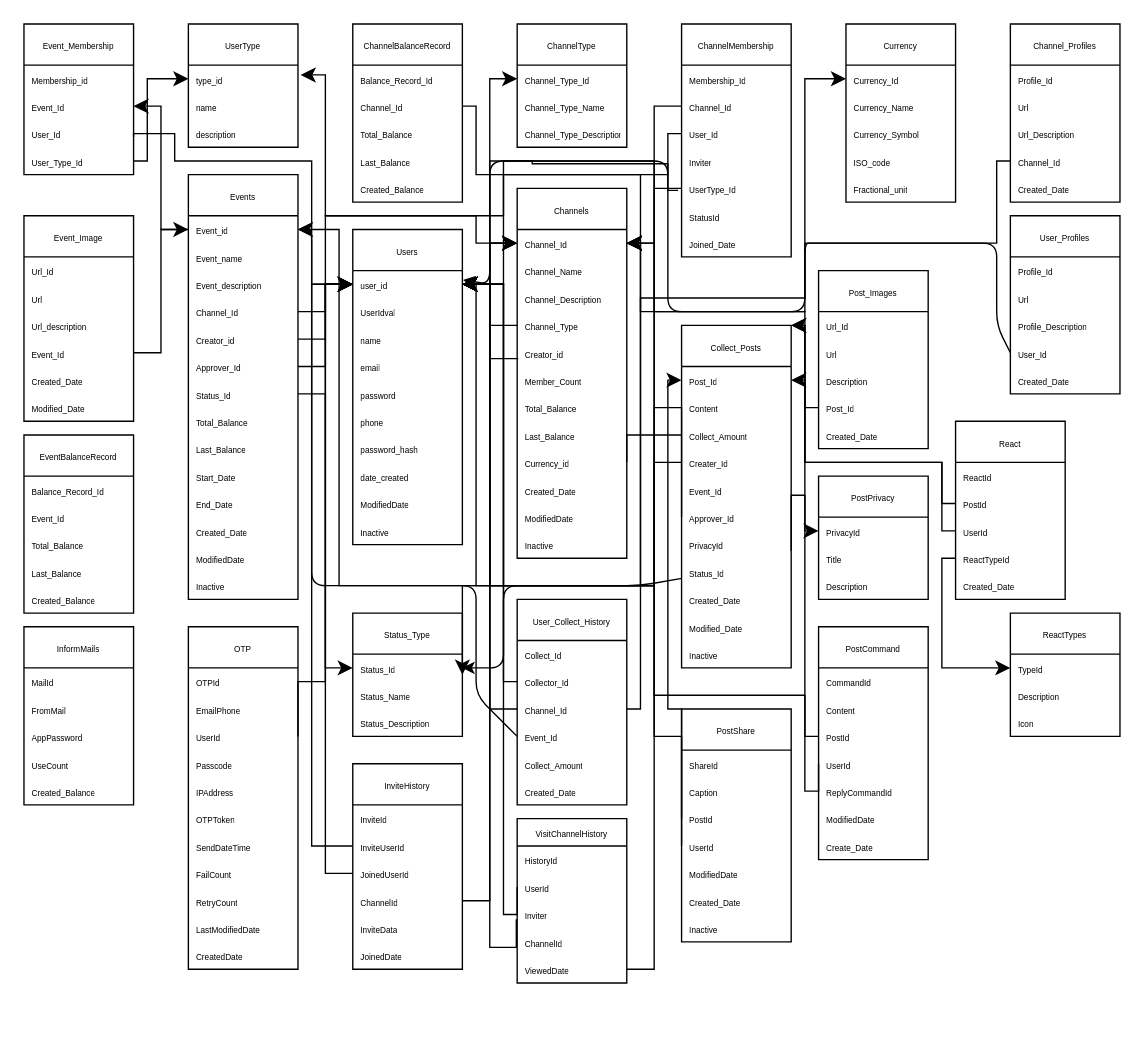
Above: page "Page-1" (1 of 5) of sql_graph.drawio in InnwaCommunity/KoiCoi (draw.io), before the change. Source tidied: cells renumbered, new cells numbered last; positions are measured from the earlier drawing's top-left corner, leaving out a move shared by most shapes. Both pictures are drawn from the tidied source at 137%, with x=0, y=0 at pixel (23, 23).
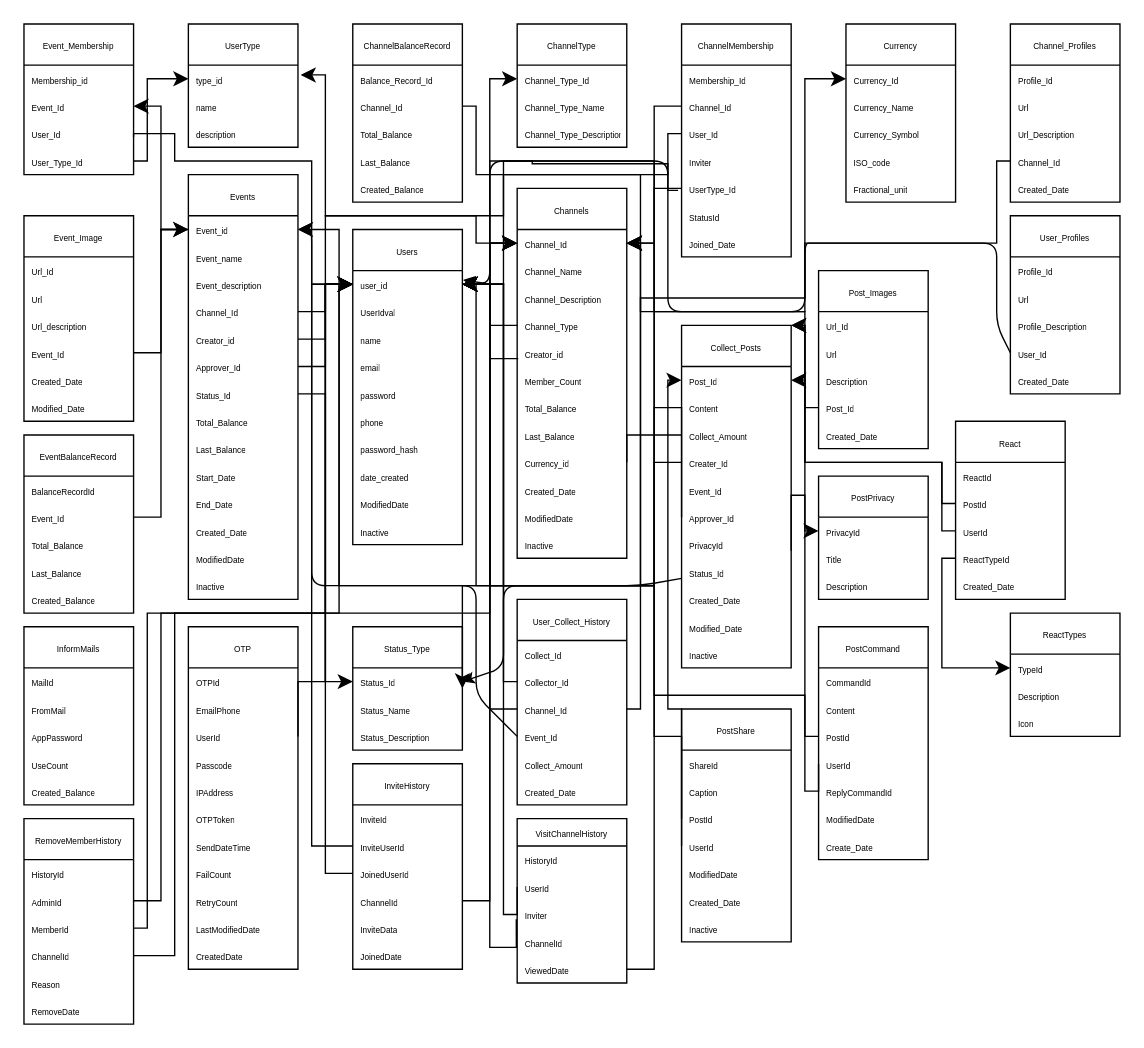
After the change.

The change refers to these unchanged cells:
```xml
<mxCell id="3" value="&lt;font style=&quot;font-size: 6px;&quot;&gt;user_id&lt;/font&gt;" style="text;strokeColor=none;fillColor=none;align=left;verticalAlign=middle;spacingLeft=4;spacingRight=4;overflow=hidden;points=[[0,0.5],[1,0.5]];portConstraint=eastwest;whiteSpace=wrap;html=1;" parent="2" vertex="1">
  <mxGeometry y="30" width="80" height="20" as="geometry" />
</mxCell>
<mxCell id="128" value="&lt;font style=&quot;font-size: 6px;&quot;&gt;EventBalanceRecord&lt;/font&gt;" style="swimlane;fontStyle=0;horizontal=1;startSize=30;whiteSpace=wrap;html=1;" parent="1" vertex="1">
  <mxGeometry y="300" width="80" height="130" as="geometry" />
</mxCell>
<mxCell id="130" value="&lt;font style=&quot;font-size: 6px;&quot;&gt;Event_Id&lt;/font&gt;" style="text;strokeColor=none;fillColor=none;align=left;verticalAlign=middle;spacingLeft=4;spacingRight=4;overflow=hidden;points=[[0,0.5],[1,0.5]];portConstraint=eastwest;whiteSpace=wrap;html=1;" parent="128" vertex="1">
  <mxGeometry y="50" width="80" height="20" as="geometry" />
</mxCell>
```

The edit, as a diff of the source:
```diff
@@
     <mxCell id="70" value="&lt;font style=&quot;font-size: 6px;&quot;&gt;Status_Type&lt;/font&gt;" style="swimlane;fontStyle=0;horizontal=1;startSize=30;whiteSpace=wrap;html=1;" parent="1" vertex="1">
-      <mxGeometry x="240" y="430" width="80" height="90" as="geometry" />
+      <mxGeometry x="240" y="440" width="80" height="90" as="geometry" />
     </mxCell>
@@
-    <mxCell id="129" value="&lt;font style=&quot;font-size: 6px;&quot;&gt;Balance_Record_Id&lt;/font&gt;" style="text;strokeColor=none;fillColor=none;align=left;verticalAlign=middle;spacingLeft=4;spacingRight=4;overflow=hidden;whiteSpace=wrap;html=1;" parent="128" vertex="1">
+    <mxCell id="129" value="&lt;font style=&quot;font-size: 6px;&quot;&gt;BalanceRecordId&lt;/font&gt;" style="text;strokeColor=none;fillColor=none;align=left;verticalAlign=middle;spacingLeft=4;spacingRight=4;overflow=hidden;whiteSpace=wrap;html=1;" parent="128" vertex="1">
       <mxGeometry y="30" width="80" height="20" as="geometry" />
     </mxCell>
@@
+    <mxCell id="231" value="&lt;span style=&quot;font-size: 6px;&quot;&gt;RemoveMemberHistory&lt;/span&gt;" style="swimlane;fontStyle=0;horizontal=1;startSize=30;whiteSpace=wrap;html=1;" parent="1" vertex="1">
+      <mxGeometry y="580" width="80" height="150" as="geometry" />
+    </mxCell>
+    <mxCell id="232" value="&lt;span style=&quot;font-size: 6px;&quot;&gt;HistoryId&lt;/span&gt;" style="text;strokeColor=none;fillColor=none;align=left;verticalAlign=middle;spacingLeft=4;spacingRight=4;overflow=hidden;whiteSpace=wrap;html=1;" parent="231" vertex="1">
+      <mxGeometry y="30" width="80" height="20" as="geometry" />
+    </mxCell>
+    <mxCell id="233" value="&lt;font style=&quot;font-size: 6px;&quot;&gt;AdminId&lt;/font&gt;" style="text;strokeColor=none;fillColor=none;align=left;verticalAlign=middle;spacingLeft=4;spacingRight=4;overflow=hidden;points=[[0,0.5],[1,0.5]];portConstraint=eastwest;whiteSpace=wrap;html=1;" parent="231" vertex="1">
+      <mxGeometry y="50" width="80" height="20" as="geometry" />
+    </mxCell>
+    <mxCell id="234" value="&lt;font style=&quot;font-size: 6px;&quot;&gt;MemberId&lt;/font&gt;" style="text;strokeColor=none;fillColor=none;align=left;verticalAlign=middle;spacingLeft=4;spacingRight=4;overflow=hidden;points=[[0,0.5],[1,0.5]];portConstraint=eastwest;whiteSpace=wrap;html=1;" parent="231" vertex="1">
+      <mxGeometry y="70" width="80" height="20" as="geometry" />
+    </mxCell>
+    <mxCell id="235" value="&lt;font style=&quot;font-size: 6px;&quot;&gt;ChannelId&lt;/font&gt;" style="text;strokeColor=none;fillColor=none;align=left;verticalAlign=middle;spacingLeft=4;spacingRight=4;overflow=hidden;points=[[0,0.5],[1,0.5]];portConstraint=eastwest;whiteSpace=wrap;html=1;" parent="231" vertex="1">
+      <mxGeometry y="90" width="80" height="20" as="geometry" />
+    </mxCell>
+    <mxCell id="236" value="&lt;font style=&quot;font-size: 6px;&quot;&gt;Reason&lt;/font&gt;" style="text;strokeColor=none;fillColor=none;align=left;verticalAlign=middle;spacingLeft=4;spacingRight=4;overflow=hidden;whiteSpace=wrap;html=1;" parent="231" vertex="1">
+      <mxGeometry y="110" width="80" height="20" as="geometry" />
+    </mxCell>
+    <mxCell id="237" value="&lt;font style=&quot;font-size: 6px;&quot;&gt;RemoveDate&lt;/font&gt;" style="text;strokeColor=none;fillColor=none;align=left;verticalAlign=middle;spacingLeft=4;spacingRight=4;overflow=hidden;whiteSpace=wrap;html=1;" parent="231" vertex="1">
+      <mxGeometry y="130" width="80" height="20" as="geometry" />
+    </mxCell>
+    <mxCell id="238" style="edgeStyle=segmentEdgeStyle;endArrow=classic;html=1;curved=0;rounded=0;endSize=8;startSize=8;exitX=1;exitY=0.5;exitDx=0;exitDy=0;" parent="1" edge="1" source="130">
+      <mxGeometry relative="1" as="geometry">
+        <mxPoint x="120" y="150" as="targetPoint" />
+        <Array as="points">
+          <mxPoint x="100" y="360" />
+          <mxPoint x="100" y="150" />
+        </Array>
+      </mxGeometry>
+    </mxCell>
+    <mxCell id="239" style="edgeStyle=segmentEdgeStyle;endArrow=classic;html=1;curved=0;rounded=0;endSize=8;startSize=8;exitX=1;exitY=0.5;exitDx=0;exitDy=0;" parent="1" edge="1" source="235">
+      <mxGeometry relative="1" as="geometry">
+        <mxPoint x="360" y="160" as="targetPoint" />
+        <Array as="points">
+          <mxPoint x="110" y="680" />
+          <mxPoint x="110" y="430" />
+          <mxPoint x="340" y="430" />
+          <mxPoint x="340" y="160" />
+        </Array>
+      </mxGeometry>
+    </mxCell>
+    <mxCell id="240" style="edgeStyle=segmentEdgeStyle;endArrow=classic;html=1;curved=0;rounded=0;endSize=8;startSize=8;entryX=0;entryY=0.5;entryDx=0;entryDy=0;exitX=1;exitY=0.5;exitDx=0;exitDy=0;" parent="1" edge="1" source="234" target="3">
+      <mxGeometry relative="1" as="geometry">
+        <Array as="points">
+          <mxPoint x="90" y="660" />
+          <mxPoint x="90" y="430" />
+          <mxPoint x="220" y="430" />
+          <mxPoint x="220" y="190" />
+        </Array>
+      </mxGeometry>
+    </mxCell>
+    <mxCell id="241" style="edgeStyle=segmentEdgeStyle;endArrow=classic;html=1;curved=0;rounded=0;endSize=8;startSize=8;entryX=0;entryY=0.5;entryDx=0;entryDy=0;exitX=1;exitY=0.5;exitDx=0;exitDy=0;" parent="1" edge="1" source="233" target="3">
+      <mxGeometry relative="1" as="geometry">
+        <Array as="points">
+          <mxPoint x="100" y="640" />
+          <mxPoint x="100" y="430" />
+          <mxPoint x="230" y="430" />
+          <mxPoint x="230" y="190" />
+        </Array>
+      </mxGeometry>
+    </mxCell>
```
